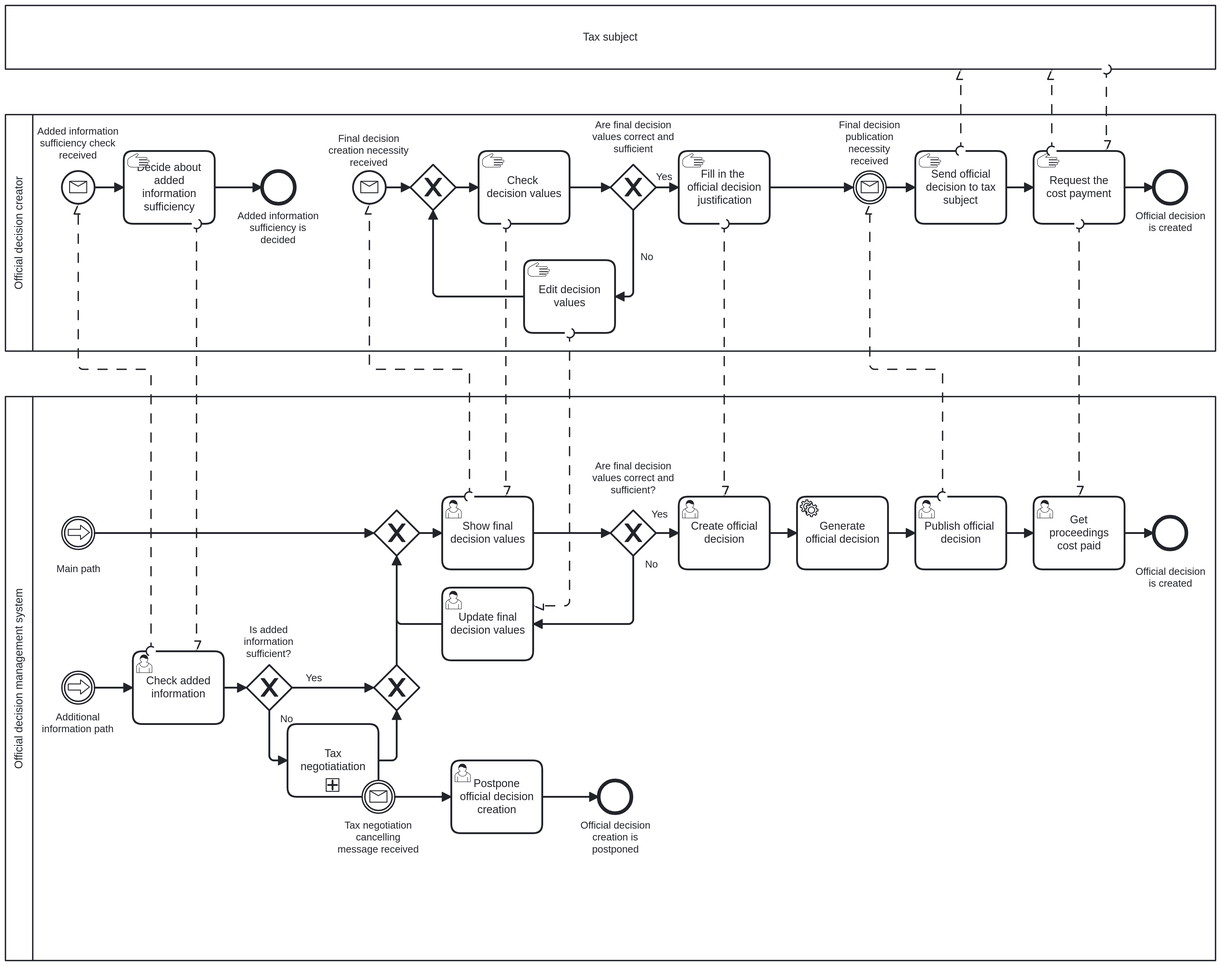
Before: to-be-analysis/BPMN_level_2_part2.png, a diagram exported from BPMN (matouda7/tax-administration-digitization). Its source is kept beside it as to-be-analysis/res/BPMN_level_2_part2.bpmn. Ids are renumbered.
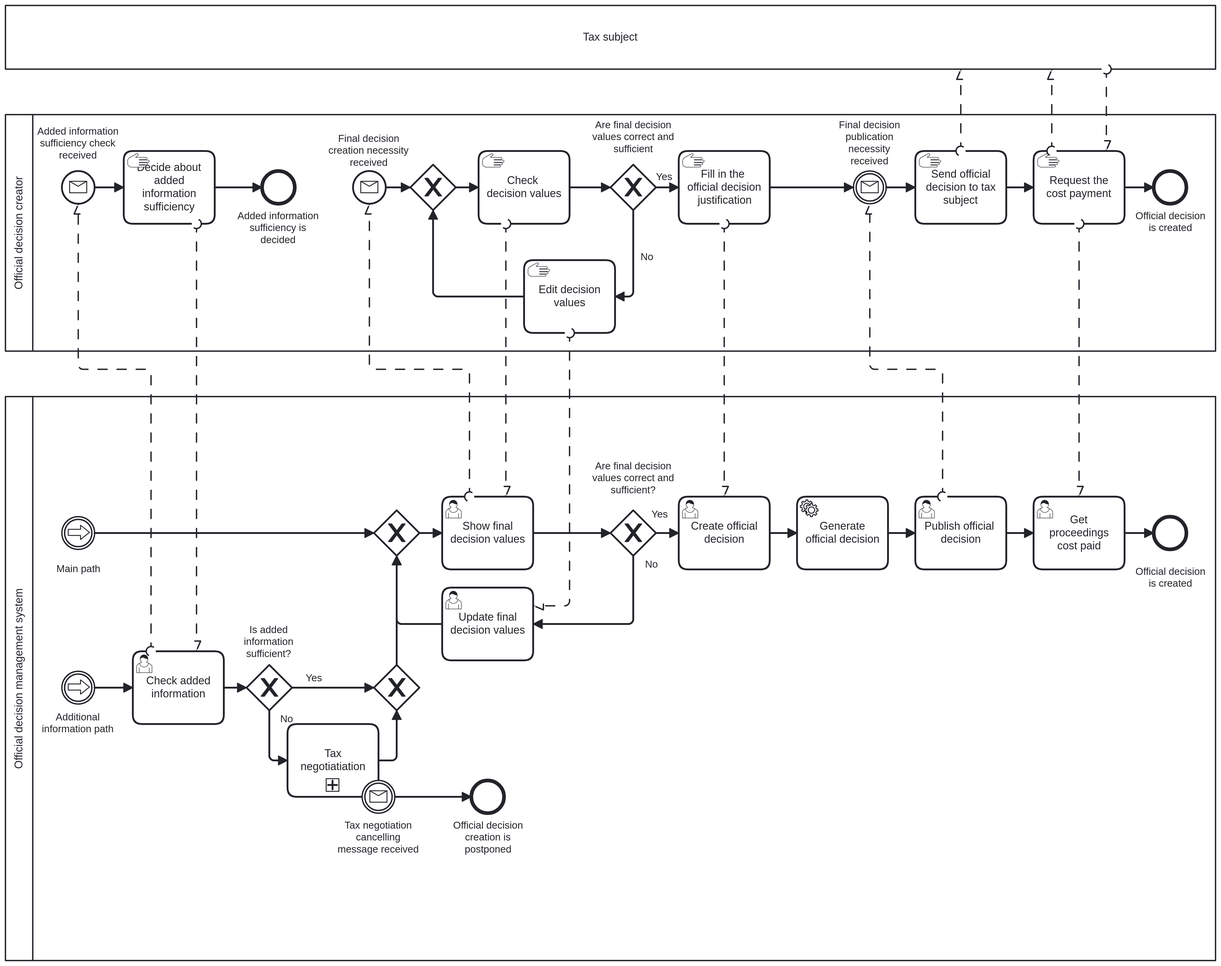
Above is the later version.

Commit message:
Update BPMN model

Diff of the diagram source:
```diff
@@ -118,19 +118,14 @@
       <bpmn:sequenceFlow id="Flow_n63" sourceRef="Event_n62" targetRef="Activity_n66" />
       <bpmn:sequenceFlow id="Flow_n65" sourceRef="Activity_n66" targetRef="Event_n64" />
     </bpmn:subProcess>
-    <bpmn:sequenceFlow id="Flow_n67" sourceRef="Event_n68" targetRef="Activity_n69" />
-    <bpmn:userTask id="Activity_n69" name="Postpone official decision creation">
-      <bpmn:incoming>Flow_n67</bpmn:incoming>
-      <bpmn:outgoing>Flow_n70</bpmn:outgoing>
-    </bpmn:userTask>
-    <bpmn:endEvent id="Event_n71" name="Official decision creation is postponed">
-      <bpmn:incoming>Flow_n70</bpmn:incoming>
-    </bpmn:endEvent>
-    <bpmn:sequenceFlow id="Flow_n70" sourceRef="Activity_n69" targetRef="Event_n71" />
+    <bpmn:sequenceFlow id="Flow_n67" sourceRef="Event_n68" targetRef="Event_n71" />
     <bpmn:boundaryEvent id="Event_n68" name="Tax negotiation cancelling message received" attachedToRef="Activity_n58">
       <bpmn:outgoing>Flow_n67</bpmn:outgoing>
       <bpmn:messageEventDefinition id="MessageEventDefinition_n72" />
     </bpmn:boundaryEvent>
+    <bpmn:endEvent id="Event_n71" name="Official decision creation is postponed">
+      <bpmn:incoming>Flow_n67</bpmn:incoming>
+    </bpmn:endEvent>
   </bpmn:process>
   <bpmn:process id="Process_n8" isExecutable="false">
     <bpmn:sequenceFlow id="Flow_n73" sourceRef="Activity_n31" targetRef="Gateway_n74" />
@@ -266,18 +261,15 @@
       <bpmndi:BPMNShape id="BPMNShape_n106" bpmnElement="Gateway_n36" isMarkerVisible="true">
         <dc:Bounds x="525" y="805" width="50" height="50" />
       </bpmndi:BPMNShape>
+      <bpmndi:BPMNShape id="Event_n71_di" bpmnElement="Event_n71">
+        <dc:Bounds x="632" y="932" width="36" height="36" />
+        <bpmndi:BPMNLabel>
+          <dc:Bounds x="612" y="975" width="77" height="40" />
+        </bpmndi:BPMNLabel>
+      </bpmndi:BPMNShape>
       <bpmndi:BPMNShape id="BPMNShape_n107" bpmnElement="Activity_n58" isExpanded="false">
         <dc:Bounds x="430" y="870" width="100" height="80" />
         <bpmndi:BPMNLabel />
-      </bpmndi:BPMNShape>
-      <bpmndi:BPMNShape id="Activity_1tgs98d_di" bpmnElement="Activity_n69">
-        <dc:Bounds x="610" y="910" width="100" height="80" />
-      </bpmndi:BPMNShape>
-      <bpmndi:BPMNShape id="Event_n71_di" bpmnElement="Event_n71">
-        <dc:Bounds x="772" y="932" width="36" height="36" />
-        <bpmndi:BPMNLabel>
-          <dc:Bounds x="752" y="975" width="77" height="40" />
-        </bpmndi:BPMNLabel>
       </bpmndi:BPMNShape>
       <bpmndi:BPMNShape id="Event_1gofcwm_di" bpmnElement="Event_n68">
         <dc:Bounds x="512" y="932" width="36" height="36" />
@@ -367,11 +359,7 @@
       </bpmndi:BPMNEdge>
       <bpmndi:BPMNEdge id="Flow_n67_di" bpmnElement="Flow_n67">
         <di:waypoint x="548" y="950" />
-        <di:waypoint x="610" y="950" />
-      </bpmndi:BPMNEdge>
-      <bpmndi:BPMNEdge id="Flow_n70_di" bpmnElement="Flow_n70">
-        <di:waypoint x="710" y="950" />
-        <di:waypoint x="772" y="950" />
+        <di:waypoint x="632" y="950" />
       </bpmndi:BPMNEdge>
       <bpmndi:BPMNShape id="BPMNShape_n124" bpmnElement="Participant_n6" isHorizontal="true">
         <dc:Bounds x="120" y="80" width="1330" height="70" />
```
